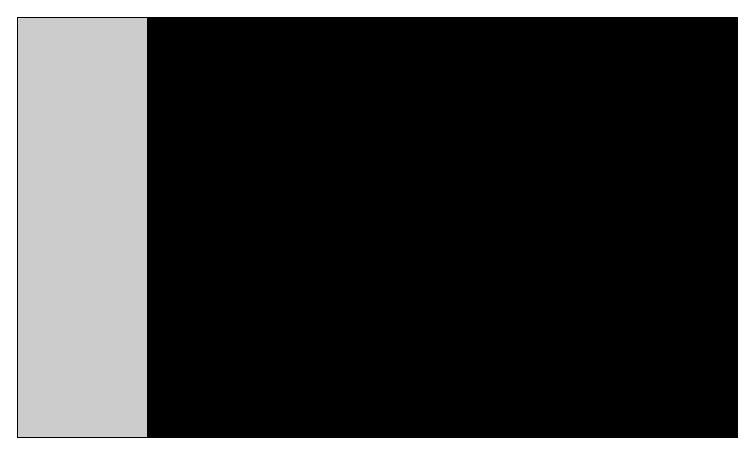
jack125251/individualProject24 keeps this draw.io diagram as images/SketchVMockup.drawio. Above is the earlier version. Source tidied: cells renumbered, new cells numbered last; positions are measured from the earlier drawing's top-left corner, leaving out a move shared by most shapes. Both pictures are drawn from the tidied source at 100%, with x=0, y=0 at pixel (17, 17).
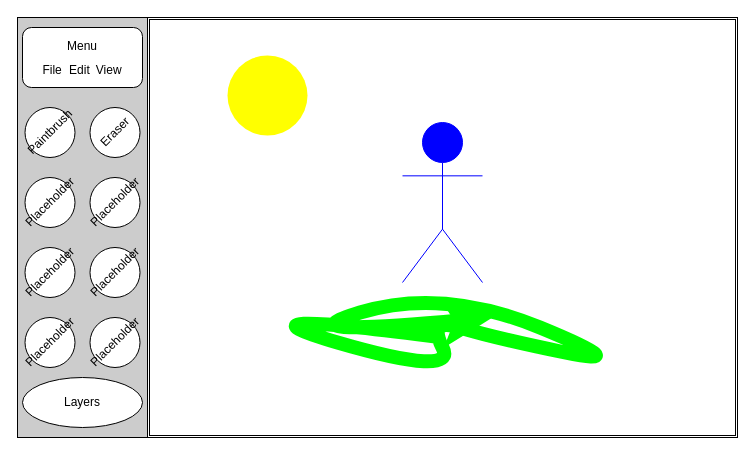
The same diagram, later.

The edit, as a diff of the source:
```diff
@@
-    <mxCell id="2" style="rounded=0;whiteSpace=wrap;html=1;fillColor=#000000;" parent="1" vertex="1">
+    <mxCell id="2" style="rounded=0;whiteSpace=wrap;html=1;fillColor=#FFFFFF;" parent="1" vertex="1">
       <mxGeometry width="720" height="420" as="geometry" />
     </mxCell>
@@
+    <mxCell id="4" style="rounded=1;whiteSpace=wrap;html=1;" parent="1" vertex="1">
+      <mxGeometry x="5" y="10" width="120" height="60" as="geometry" />
+    </mxCell>
+    <mxCell id="5" style="ellipse;whiteSpace=wrap;html=1;" parent="1" vertex="1">
+      <mxGeometry x="7.5" y="90" width="50" height="50" as="geometry" />
+    </mxCell>
+    <mxCell id="6" style="ellipse;whiteSpace=wrap;html=1;" parent="1" vertex="1">
+      <mxGeometry x="72.5" y="90" width="50" height="50" as="geometry" />
+    </mxCell>
+    <mxCell id="7" style="ellipse;whiteSpace=wrap;html=1;" parent="1" vertex="1">
+      <mxGeometry x="7.5" y="160" width="50" height="50" as="geometry" />
+    </mxCell>
+    <mxCell id="8" style="ellipse;whiteSpace=wrap;html=1;" parent="1" vertex="1">
+      <mxGeometry x="72.5" y="160" width="50" height="50" as="geometry" />
+    </mxCell>
+    <mxCell id="9" style="ellipse;whiteSpace=wrap;html=1;" parent="1" vertex="1">
+      <mxGeometry x="7.5" y="230" width="50" height="50" as="geometry" />
+    </mxCell>
+    <mxCell id="10" style="ellipse;whiteSpace=wrap;html=1;" parent="1" vertex="1">
+      <mxGeometry x="72.5" y="230" width="50" height="50" as="geometry" />
+    </mxCell>
+    <mxCell id="11" style="ellipse;whiteSpace=wrap;html=1;" parent="1" vertex="1">
+      <mxGeometry x="7.5" y="300" width="50" height="50" as="geometry" />
+    </mxCell>
+    <mxCell id="12" style="ellipse;whiteSpace=wrap;html=1;" parent="1" vertex="1">
+      <mxGeometry x="72.5" y="300" width="50" height="50" as="geometry" />
+    </mxCell>
+    <mxCell id="13" style="rounded=0;whiteSpace=wrap;html=1;strokeColor=#000000;fillColor=none;strokeWidth=1;" parent="1" vertex="1">
+      <mxGeometry x="132" y="2" width="586" height="416" as="geometry" />
+    </mxCell>
+    <mxCell id="14" value="Actor" style="shape=umlActor;verticalLabelPosition=bottom;verticalAlign=top;html=1;strokeColor=#0000FF;fillColor=#0000FF;fontColor=none;noLabel=1;" parent="1" vertex="1">
+      <mxGeometry x="385" y="105" width="80" height="160" as="geometry" />
+    </mxCell>
+    <mxCell id="15" value="File&lt;span style=&quot;white-space: pre;&quot;&gt;&#9;&lt;/span&gt;Edit&lt;span style=&quot;white-space: pre;&quot;&gt;&#9;&lt;/span&gt;View" style="text;html=1;align=center;verticalAlign=middle;whiteSpace=wrap;rounded=0;" parent="1" vertex="1">
+      <mxGeometry x="35" y="38" width="60" height="30" as="geometry" />
+    </mxCell>
+    <mxCell id="16" style="ellipse;whiteSpace=wrap;html=1;" parent="1" vertex="1">
+      <mxGeometry x="5" y="360" width="120" height="50" as="geometry" />
+    </mxCell>
+    <mxCell id="17" value="Layers" style="text;html=1;align=center;verticalAlign=middle;whiteSpace=wrap;rounded=0;" parent="1" vertex="1">
+      <mxGeometry x="35" y="370" width="60" height="30" as="geometry" />
+    </mxCell>
+    <mxCell id="18" value="Paintbrush" style="text;html=1;align=center;verticalAlign=middle;whiteSpace=wrap;rounded=0;rotation=-45;" parent="1" vertex="1">
+      <mxGeometry x="2.5" y="100" width="60" height="30" as="geometry" />
+    </mxCell>
+    <mxCell id="19" value="Eraser" style="text;html=1;align=center;verticalAlign=middle;whiteSpace=wrap;rounded=0;rotation=-45;" parent="1" vertex="1">
+      <mxGeometry x="67.5" y="100" width="60" height="30" as="geometry" />
+    </mxCell>
+    <mxCell id="20" value="Placeholder" style="text;html=1;align=center;verticalAlign=middle;whiteSpace=wrap;rounded=0;rotation=-45;" parent="1" vertex="1">
+      <mxGeometry x="2.5" y="170" width="60" height="30" as="geometry" />
+    </mxCell>
+    <mxCell id="21" value="Placeholder" style="text;html=1;align=center;verticalAlign=middle;whiteSpace=wrap;rounded=0;rotation=-45;" parent="1" vertex="1">
+      <mxGeometry x="67.5" y="170" width="60" height="30" as="geometry" />
+    </mxCell>
+    <mxCell id="22" value="Placeholder" style="text;html=1;align=center;verticalAlign=middle;whiteSpace=wrap;rounded=0;rotation=-45;" parent="1" vertex="1">
+      <mxGeometry x="2.5" y="240" width="60" height="30" as="geometry" />
+    </mxCell>
+    <mxCell id="23" value="Placeholder" style="text;html=1;align=center;verticalAlign=middle;whiteSpace=wrap;rounded=0;rotation=-45;" parent="1" vertex="1">
+      <mxGeometry x="67.5" y="240" width="60" height="30" as="geometry" />
+    </mxCell>
+    <mxCell id="24" value="Placeholder" style="text;html=1;align=center;verticalAlign=middle;whiteSpace=wrap;rounded=0;rotation=-45;" parent="1" vertex="1">
+      <mxGeometry x="2.5" y="310" width="60" height="30" as="geometry" />
+    </mxCell>
+    <mxCell id="25" value="Placeholder" style="text;html=1;align=center;verticalAlign=middle;whiteSpace=wrap;rounded=0;rotation=-45;" parent="1" vertex="1">
+      <mxGeometry x="67.5" y="310" width="60" height="30" as="geometry" />
+    </mxCell>
+    <mxCell id="26" value="Menu" style="text;html=1;align=center;verticalAlign=middle;whiteSpace=wrap;rounded=0;" parent="1" vertex="1">
+      <mxGeometry x="35" y="14" width="60" height="30" as="geometry" />
+    </mxCell>
+    <mxCell id="27" style="curved=1;endArrow=classic;html=1;rounded=0;strokeColor=#00FF00;strokeWidth=14;" parent="1" edge="1">
+      <mxGeometry relative="1" as="geometry">
+        <mxPoint x="425" y="320" as="sourcePoint" />
+        <mxPoint x="475" y="300" as="targetPoint" />
+        <Array as="points">
+          <mxPoint x="200" y="290" />
+          <mxPoint x="440" y="360" />
+          <mxPoint x="410" y="300" />
+          <mxPoint x="475" y="320" />
+          <mxPoint x="620" y="350" />
+          <mxPoint x="425" y="270" />
+          <mxPoint x="260" y="320" />
+        </Array>
+      </mxGeometry>
+    </mxCell>
+    <mxCell id="28" style="ellipse;whiteSpace=wrap;html=1;strokeColor=none;fillColor=#FFFF00;gradientColor=none;shadow=0;" parent="1" vertex="1">
+      <mxGeometry x="210" y="38" width="80" height="80" as="geometry" />
+    </mxCell>
```
